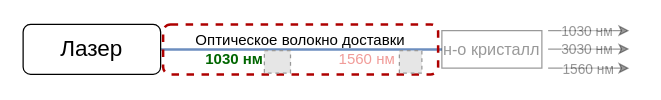
The draw.io diagram Presentation/images/problem_fiber_shg.drawio in 3dsoundfromtagan/Russian-Phd-LaTeX-Dissertation-Template, before the edit. Source tidied: cells renumbered, new cells numbered last; positions are measured from the earlier drawing's top-left corner, leaving out a move shared by most shapes. Both pictures are drawn from the tidied source at 125%, with x=0, y=0 at pixel (22, 24). Pictures stored in the file or linked from it are replaced by grey dashed boxes.
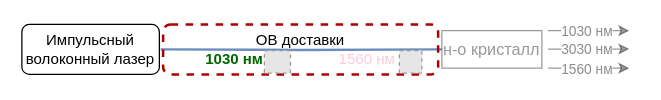
The same page after the edit.

The edit, as a diff of the source:
```diff
@@
 <mxGraphModel>
   <root>
     <mxCell id="0" />
     <mxCell id="1" parent="0" />
-    <mxCell id="2" style="edgeStyle=orthogonalEdgeStyle;rounded=0;jettySize=auto;html=1;exitX=1;exitY=0.5;exitDx=0;exitDy=0;entryX=0;entryY=0.5;entryDx=0;entryDy=0;fillColor=#dae8fc;strokeColor=#6c8ebf;endArrow=none;endFill=0;strokeWidth=2;" parent="1" edge="1" source="3" target="5">
-      <mxGeometry relative="1" as="geometry" />
+    <mxCell id="2" style="edgeStyle=orthogonalEdgeStyle;rounded=0;jettySize=auto;html=1;exitX=1;exitY=0.5;exitDx=0;exitDy=0;entryX=0;entryY=0.5;entryDx=0;entryDy=0;fillColor=#dae8fc;strokeColor=#6c8ebf;endArrow=none;endFill=0;strokeWidth=2;" parent="1" edge="1" target="5">
+      <mxGeometry relative="1" as="geometry">
+        <mxPoint x="110" y="20" as="sourcePoint" />
+      </mxGeometry>
     </mxCell>
-    <mxCell id="3" value="&lt;font style=&quot;font-size: 18px;&quot;&gt;Лазер&lt;/font&gt;" style="rounded=1;whiteSpace=wrap;html=1;" parent="1" vertex="1">
-      <mxGeometry width="110" height="40" as="geometry" />
-    </mxCell>
-    <mxCell id="4" value="Оптическое волокно доставки&lt;div&gt;&lt;font style=&quot;color: rgb(0, 102, 0);&quot;&gt;&lt;b&gt;1030 нм&lt;/b&gt;&lt;span style=&quot;white-space: pre;&quot;&gt;&#9;&lt;/span&gt;&lt;span style=&quot;white-space: pre;&quot;&gt;&#9;&lt;/span&gt;&lt;/font&gt;&lt;span style=&quot;white-space: pre;&quot;&gt;&#9;&lt;/span&gt;&lt;font style=&quot;color: rgb(241, 156, 153);&quot;&gt;1560 нм&lt;/font&gt;&lt;/div&gt;" style="whiteSpace=wrap;html=1;rounded=1;dashed=1;fillColor=none;strokeColor=#AE0000;strokeWidth=2;" parent="1" vertex="1">
+    <mxCell id="4" value="ОВ доставки&lt;div&gt;&lt;font style=&quot;color: rgb(0, 102, 0);&quot;&gt;&lt;b&gt;1030 нм&lt;/b&gt;&lt;span style=&quot;white-space: pre;&quot;&gt;&#9;&lt;/span&gt;&lt;span style=&quot;white-space: pre;&quot;&gt;&#9;&lt;/span&gt;&lt;/font&gt;&lt;span style=&quot;white-space: pre;&quot;&gt;&#9;&lt;/span&gt;&lt;font style=&quot;color: rgb(255, 202, 223);&quot;&gt;1560 нм&lt;/font&gt;&lt;/div&gt;" style="whiteSpace=wrap;html=1;rounded=1;dashed=1;fillColor=none;strokeColor=#AE0000;strokeWidth=2;" parent="1" vertex="1">
       <mxGeometry x="112" width="220" height="40" as="geometry" />
     </mxCell>
     <mxCell id="5" value="&lt;font style=&quot;font-size: 13px;&quot;&gt;н-о кристалл&lt;/font&gt;" style="rounded=0;whiteSpace=wrap;html=1;textOpacity=40;opacity=40;" parent="1" vertex="1">
       <mxGeometry x="335" y="5" width="80" height="30" as="geometry" />
     </mxCell>
-    <mxCell id="6" style="endArrow=classic;html=1;rounded=0;textOpacity=40;opacity=40;" parent="1" edge="1">
-      <mxGeometry relative="1" as="geometry">
-        <mxPoint x="420" y="5" as="sourcePoint" />
-        <mxPoint x="485" y="5" as="targetPoint" />
-      </mxGeometry>
-    </mxCell>
-    <mxCell id="7" value="1030 нм" style="edgeLabel;html=1;align=center;verticalAlign=middle;textOpacity=40;" parent="6" vertex="1">
-      <mxGeometry x="0.1" y="2" relative="1" as="geometry">
-        <mxPoint x="-6" y="2" as="offset" />
-      </mxGeometry>
-    </mxCell>
-    <mxCell id="8" style="endArrow=classic;html=1;rounded=0;textOpacity=40;opacity=40;" parent="1" edge="1">
-      <mxGeometry relative="1" as="geometry">
-        <mxPoint x="420" y="19.7" as="sourcePoint" />
-        <mxPoint x="485" y="19.7" as="targetPoint" />
-      </mxGeometry>
-    </mxCell>
-    <mxCell id="9" value="3030 нм" style="edgeLabel;html=1;align=center;verticalAlign=middle;textOpacity=40;" parent="8" vertex="1">
-      <mxGeometry x="0.1" y="2" relative="1" as="geometry">
-        <mxPoint x="-6" y="2" as="offset" />
-      </mxGeometry>
-    </mxCell>
-    <mxCell id="10" style="endArrow=classic;html=1;rounded=0;textOpacity=40;opacity=40;" parent="1" edge="1">
-      <mxGeometry relative="1" as="geometry">
-        <mxPoint x="420" y="35" as="sourcePoint" />
-        <mxPoint x="485" y="35" as="targetPoint" />
-      </mxGeometry>
-    </mxCell>
-    <mxCell id="11" value="1560 нм" style="edgeLabel;html=1;align=center;verticalAlign=middle;textOpacity=40;" parent="10" vertex="1">
-      <mxGeometry x="0.31" y="-1" relative="1" as="geometry">
-        <mxPoint x="-12" y="-1" as="offset" />
-      </mxGeometry>
-    </mxCell>
     <mxCell id="12" style="fillColor=#E6E6E6;strokeColor=#999999;dashed=1;" parent="1" vertex="1">
       <mxGeometry x="193" y="21" width="20.9" height="18" as="geometry" />
     </mxCell>
-    <mxCell id="13" style="fillColor=#E6E6E6;strokeColor=#999999;dashed=1;" parent="1" vertex="1">
+    <mxCell id="13" style="fillColor=#E6E6E6;strokeColor=#999999;dashed=1;labelBackgroundColor=none;" parent="1" vertex="1">
       <mxGeometry x="301" y="21" width="18" height="18" as="geometry" />
     </mxCell>
+    <mxCell id="14" value="&lt;font&gt;Импульсный&lt;/font&gt;&lt;div&gt;&lt;font&gt;&lt;font style=&quot;&quot;&gt;волоконный&amp;nbsp;&lt;/font&gt;&lt;span style=&quot;background-color: transparent; color: light-dark(rgb(0, 0, 0), rgb(255, 255, 255));&quot;&gt;лазер&lt;/span&gt;&lt;/font&gt;&lt;/div&gt;" style="rounded=1;whiteSpace=wrap;html=1;" parent="1" vertex="1">
+      <mxGeometry x="-1" width="110" height="40" as="geometry" />
+    </mxCell>
+    <mxCell id="15" style="endArrow=classic;html=1;rounded=0;textOpacity=40;opacity=40;" parent="1" edge="1">
+      <mxGeometry relative="1" as="geometry">
+        <mxPoint x="420" y="19.7" as="sourcePoint" />
+        <mxPoint x="485" y="19.7" as="targetPoint" />
+      </mxGeometry>
+    </mxCell>
+    <mxCell id="9" value="3030 нм" style="edgeLabel;html=1;align=center;verticalAlign=middle;labelBackgroundColor=default;fontColor=#8D8D8D;" parent="15" vertex="1">
+      <mxGeometry x="0.1" y="2" relative="1" as="geometry">
+        <mxPoint x="-6" y="2" as="offset" />
+      </mxGeometry>
+    </mxCell>
+    <mxCell id="16" style="endArrow=classic;html=1;rounded=0;textOpacity=40;opacity=40;" parent="1" edge="1">
+      <mxGeometry relative="1" as="geometry">
+        <mxPoint x="420" y="5" as="sourcePoint" />
+        <mxPoint x="485" y="5" as="targetPoint" />
+      </mxGeometry>
+    </mxCell>
+    <mxCell id="17" style="endArrow=classic;html=1;rounded=0;textOpacity=40;opacity=40;" parent="1" edge="1">
+      <mxGeometry relative="1" as="geometry">
+        <mxPoint x="420" y="35" as="sourcePoint" />
+        <mxPoint x="485" y="35" as="targetPoint" />
+      </mxGeometry>
+    </mxCell>
+    <mxCell id="11" value="1560 нм" style="edgeLabel;html=1;align=center;verticalAlign=middle;labelBackgroundColor=default;fontColor=#8D8D8D;" parent="1" vertex="1">
+      <mxGeometry x="450" y="35" as="geometry" />
+    </mxCell>
+    <mxCell id="7" value="1030 нм" style="edgeLabel;html=1;align=center;verticalAlign=middle;labelBackgroundColor=default;fontColor=#8D8D8D;" parent="1" vertex="1">
+      <mxGeometry x="450" y="5" as="geometry" />
+    </mxCell>
   </root>
 </mxGraphModel>
```
